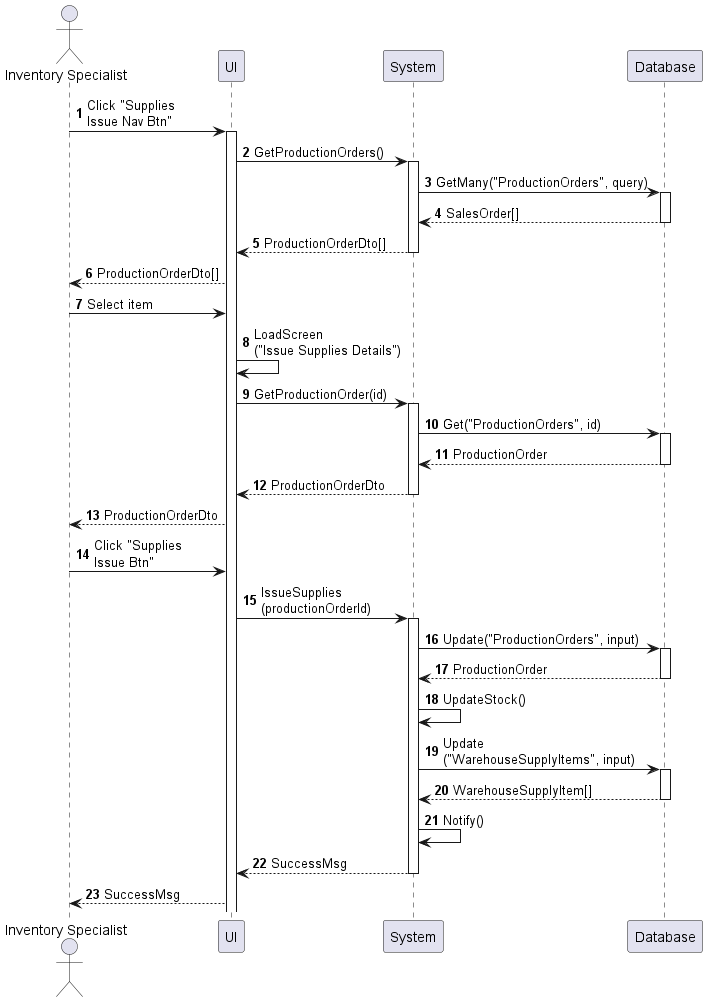
phihungha/scmss-reqs keeps this PlantUML diagram as sequences/inventory-supply-issue.png. Above is the earlier version.
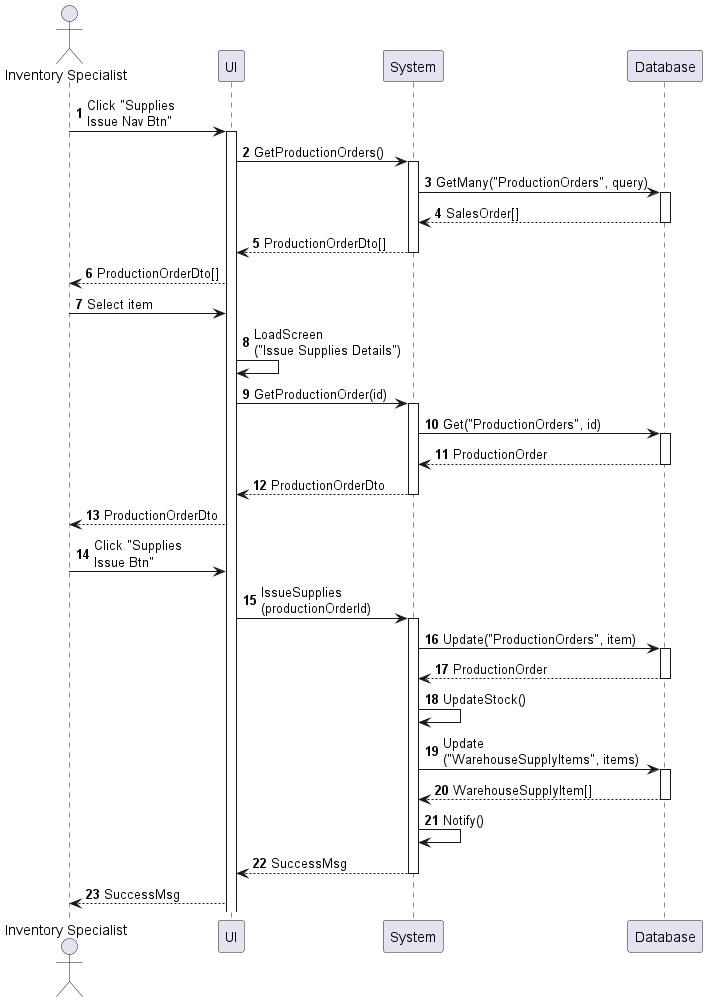
After the commit.

Change to the diagram source:
```diff
@@ -27,11 +27,11 @@
 a -> f : Click "Supplies\nIssue Btn"
 f -> b : IssueSupplies\n(productionOrderId)
 activate b
-b -> d : Update("ProductionOrders", input)
+b -> d : Update("ProductionOrders", item)
 activate d
 return ProductionOrder
 b -> b : UpdateStock()
-b -> d : Update\n("WarehouseSupplyItems", input)
+b -> d : Update\n("WarehouseSupplyItems", items)
 activate d
 return WarehouseSupplyItem[]
 b -> b : Notify()
```
